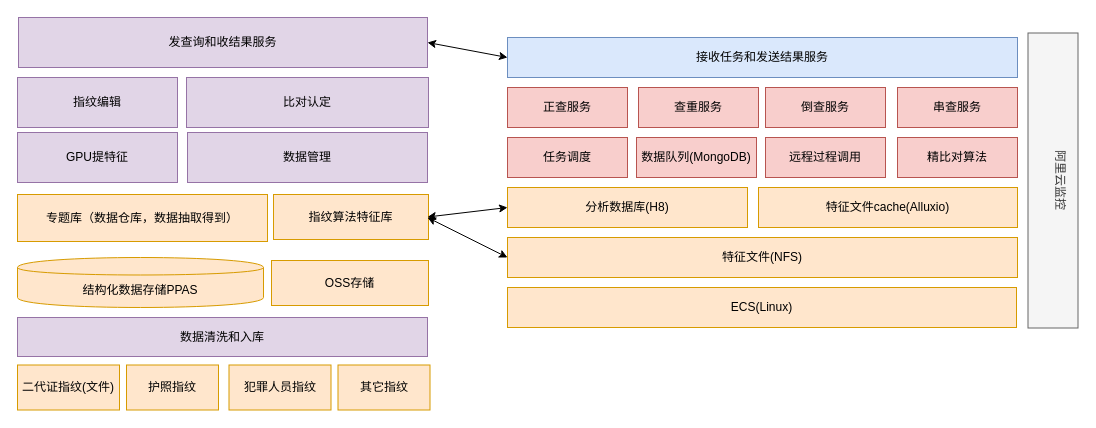
Earlier version of the draw.io diagram Untitled Diagram.drawio (gray2blue/Sudoku). Source tidied: cells renumbered, new cells numbered last; positions are measured from the earlier drawing's top-left corner, leaving out a move shared by most shapes. Both pictures are drawn from the tidied source at 100%, with x=0, y=0 at pixel (17, 17).
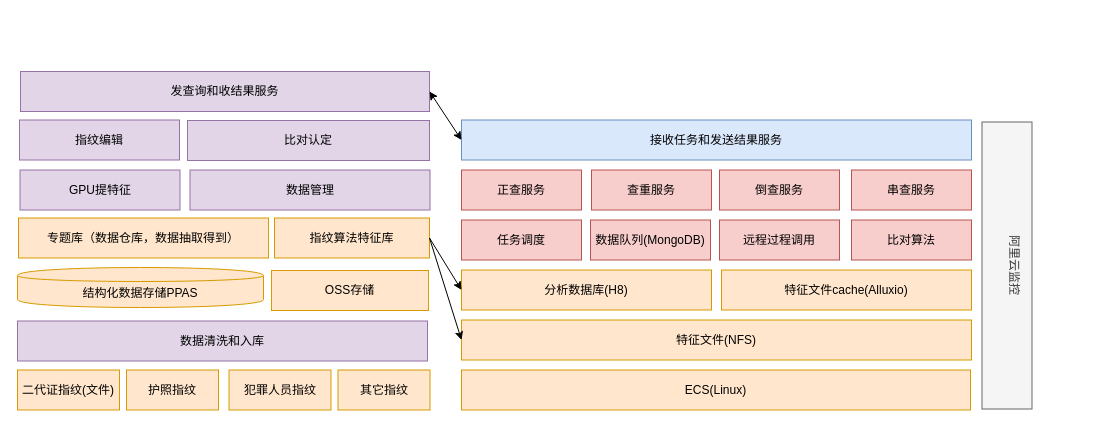
Above is the later version.

The edit, as a diff of the source:
```diff
@@
     <mxCell id="2" value="ECS(Linux)" style="rounded=0;whiteSpace=wrap;html=1;fillColor=#ffe6cc;strokeColor=#d79b00;" parent="1" vertex="1">
-      <mxGeometry x="490" y="270" width="509" height="40" as="geometry" />
+      <mxGeometry x="444" y="352.5" width="509" height="40" as="geometry" />
     </mxCell>
     <mxCell id="3" value="任务调度" style="rounded=0;whiteSpace=wrap;html=1;fillColor=#f8cecc;strokeColor=#b85450;" parent="1" vertex="1">
-      <mxGeometry x="490" y="120" width="120" height="40" as="geometry" />
+      <mxGeometry x="444" y="202.5" width="120" height="40" as="geometry" />
     </mxCell>
     <mxCell id="4" value="特征文件(NFS)" style="rounded=0;whiteSpace=wrap;html=1;fillColor=#ffe6cc;strokeColor=#d79b00;" parent="1" vertex="1">
-      <mxGeometry x="490" y="220" width="510" height="40" as="geometry" />
+      <mxGeometry x="444" y="302.5" width="510" height="40" as="geometry" />
     </mxCell>
     <mxCell id="5" value="数据管理" style="rounded=0;whiteSpace=wrap;html=1;fillColor=#e1d5e7;strokeColor=#9673a6;" parent="1" vertex="1">
-      <mxGeometry x="170" y="115" width="240" height="50" as="geometry" />
+      <mxGeometry x="172.5" y="152.5" width="240" height="40" as="geometry" />
     </mxCell>
     <mxCell id="6" value="接收任务和发送结果服务" style="rounded=0;whiteSpace=wrap;html=1;fillColor=#dae8fc;strokeColor=#6c8ebf;" parent="1" vertex="1">
-      <mxGeometry x="490" y="20" width="510" height="40" as="geometry" />
+      <mxGeometry x="444" y="102.5" width="510" height="40" as="geometry" />
     </mxCell>
     <mxCell id="7" value="阿里云监控&lt;br&gt;&lt;br&gt;" style="rounded=0;whiteSpace=wrap;html=1;rotation=90;fillColor=#f5f5f5;strokeColor=#666666;fontColor=#333333;" parent="1" vertex="1">
-      <mxGeometry x="888" y="138" width="295" height="50" as="geometry" />
+      <mxGeometry x="846" y="223" width="287" height="50" as="geometry" />
     </mxCell>
     <mxCell id="8" value="指纹编辑" style="rounded=0;whiteSpace=wrap;html=1;fillColor=#e1d5e7;strokeColor=#9673a6;" parent="1" vertex="1">
-      <mxGeometry y="60" width="160" height="50" as="geometry" />
+      <mxGeometry x="2" y="102.5" width="160" height="40" as="geometry" />
     </mxCell>
     <mxCell id="9" value="比对认定" style="rounded=0;whiteSpace=wrap;html=1;fillColor=#e1d5e7;strokeColor=#9673a6;" parent="1" vertex="1">
-      <mxGeometry x="169" y="60" width="242" height="50" as="geometry" />
+      <mxGeometry x="170" y="103" width="242" height="40" as="geometry" />
     </mxCell>
     <mxCell id="10" value="GPU提特征" style="rounded=0;whiteSpace=wrap;html=1;fillColor=#e1d5e7;strokeColor=#9673a6;" parent="1" vertex="1">
-      <mxGeometry y="115" width="160" height="50" as="geometry" />
+      <mxGeometry x="2.5" y="152.5" width="160" height="40" as="geometry" />
     </mxCell>
     <mxCell id="11" value="特征文件cache(Alluxio)" style="rounded=0;whiteSpace=wrap;html=1;fillColor=#ffe6cc;strokeColor=#d79b00;" parent="1" vertex="1">
-      <mxGeometry x="741" y="170" width="259" height="40" as="geometry" />
+      <mxGeometry x="704" y="252.5" width="250" height="40" as="geometry" />
     </mxCell>
     <mxCell id="12" value="结构化数据存储PPAS" style="shape=cylinder;whiteSpace=wrap;html=1;boundedLbl=1;backgroundOutline=1;fillColor=#ffe6cc;strokeColor=#d79b00;" parent="1" vertex="1">
-      <mxGeometry y="240" width="246" height="50" as="geometry" />
+      <mxGeometry y="250" width="246" height="40" as="geometry" />
     </mxCell>
     <mxCell id="13" value="OSS存储" style="rounded=0;whiteSpace=wrap;html=1;fillColor=#ffe6cc;strokeColor=#d79b00;" parent="1" vertex="1">
-      <mxGeometry x="254" y="243" width="157" height="45" as="geometry" />
+      <mxGeometry x="254" y="253" width="157" height="40" as="geometry" />
     </mxCell>
     <mxCell id="14" value="分析数据库(H8)" style="rounded=0;whiteSpace=wrap;html=1;fillColor=#ffe6cc;strokeColor=#d79b00;" parent="1" vertex="1">
-      <mxGeometry x="490" y="170" width="240" height="40" as="geometry" />
+      <mxGeometry x="444" y="252.5" width="250" height="40" as="geometry" />
     </mxCell>
     <mxCell id="15" value="专题库（数据仓库，数据抽取得到）" style="rounded=0;whiteSpace=wrap;html=1;fillColor=#ffe6cc;strokeColor=#d79b00;" parent="1" vertex="1">
-      <mxGeometry y="177" width="250" height="47" as="geometry" />
+      <mxGeometry x="1" y="200.5" width="250" height="40" as="geometry" />
     </mxCell>
     <mxCell id="16" value="数据队列(MongoDB)" style="rounded=0;whiteSpace=wrap;html=1;fillColor=#f8cecc;strokeColor=#b85450;" parent="1" vertex="1">
-      <mxGeometry x="619" y="120" width="120" height="40" as="geometry" />
+      <mxGeometry x="573" y="202.5" width="120" height="40" as="geometry" />
     </mxCell>
     <mxCell id="17" value="远程过程调用" style="rounded=0;whiteSpace=wrap;html=1;fillColor=#f8cecc;strokeColor=#b85450;" parent="1" vertex="1">
-      <mxGeometry x="748" y="120" width="120" height="40" as="geometry" />
+      <mxGeometry x="702" y="202.5" width="120" height="40" as="geometry" />
     </mxCell>
-    <mxCell id="18" value="精比对算法" style="rounded=0;whiteSpace=wrap;html=1;fillColor=#f8cecc;strokeColor=#b85450;" parent="1" vertex="1">
-      <mxGeometry x="880" y="120" width="120" height="40" as="geometry" />
+    <mxCell id="18" value="比对算法" style="rounded=0;whiteSpace=wrap;html=1;fillColor=#f8cecc;strokeColor=#b85450;" parent="1" vertex="1">
+      <mxGeometry x="834" y="202.5" width="120" height="40" as="geometry" />
     </mxCell>
     <mxCell id="19" value="正查服务" style="rounded=0;whiteSpace=wrap;html=1;fillColor=#f8cecc;strokeColor=#b85450;" parent="1" vertex="1">
-      <mxGeometry x="490" y="70" width="120" height="40" as="geometry" />
+      <mxGeometry x="444" y="152.5" width="120" height="40" as="geometry" />
     </mxCell>
     <mxCell id="20" value="查重服务" style="rounded=0;whiteSpace=wrap;html=1;fillColor=#f8cecc;strokeColor=#b85450;" parent="1" vertex="1">
-      <mxGeometry x="621" y="70" width="120" height="40" as="geometry" />
+      <mxGeometry x="574" y="152.5" width="120" height="40" as="geometry" />
     </mxCell>
     <mxCell id="21" value="倒查服务" style="rounded=0;whiteSpace=wrap;html=1;fillColor=#f8cecc;strokeColor=#b85450;" parent="1" vertex="1">
-      <mxGeometry x="748" y="70" width="120" height="40" as="geometry" />
+      <mxGeometry x="702" y="152.5" width="120" height="40" as="geometry" />
     </mxCell>
     <mxCell id="22" value="串查服务" style="rounded=0;whiteSpace=wrap;html=1;fillColor=#f8cecc;strokeColor=#b85450;" parent="1" vertex="1">
-      <mxGeometry x="880" y="70" width="120" height="40" as="geometry" />
+      <mxGeometry x="834" y="152.5" width="120" height="40" as="geometry" />
     </mxCell>
     <mxCell id="23" value="发查询和收结果服务" style="rounded=0;whiteSpace=wrap;html=1;fillColor=#e1d5e7;strokeColor=#9673a6;" parent="1" vertex="1">
-      <mxGeometry x="1" width="409" height="50" as="geometry" />
+      <mxGeometry x="3" y="54" width="409" height="40" as="geometry" />
     </mxCell>
@@
     <mxCell id="25" value="二代证指纹(文件)" style="rounded=0;whiteSpace=wrap;html=1;fillColor=#ffe6cc;strokeColor=#d79b00;" parent="1" vertex="1">
-      <mxGeometry y="347.5" width="102" height="45" as="geometry" />
+      <mxGeometry y="352.5" width="102" height="40" as="geometry" />
     </mxCell>
     <mxCell id="26" value="护照指纹" style="rounded=0;whiteSpace=wrap;html=1;fillColor=#ffe6cc;strokeColor=#d79b00;" parent="1" vertex="1">
-      <mxGeometry x="109" y="347.5" width="92" height="45" as="geometry" />
+      <mxGeometry x="109" y="352.5" width="92" height="40" as="geometry" />
     </mxCell>
     <mxCell id="27" value="犯罪人员指纹" style="rounded=0;whiteSpace=wrap;html=1;fillColor=#ffe6cc;strokeColor=#d79b00;" parent="1" vertex="1">
-      <mxGeometry x="211.5" y="347.5" width="102" height="45" as="geometry" />
+      <mxGeometry x="211.5" y="352.5" width="102" height="40" as="geometry" />
     </mxCell>
     <mxCell id="28" value="其它指纹" style="rounded=0;whiteSpace=wrap;html=1;fillColor=#ffe6cc;strokeColor=#d79b00;" parent="1" vertex="1">
-      <mxGeometry x="320.5" y="347.5" width="92" height="45" as="geometry" />
+      <mxGeometry x="320.5" y="352.5" width="92" height="40" as="geometry" />
     </mxCell>
     <mxCell id="29" value="数据清洗和入库" style="rounded=0;whiteSpace=wrap;html=1;fillColor=#e1d5e7;strokeColor=#9673a6;" parent="1" vertex="1">
-      <mxGeometry y="300" width="410" height="39" as="geometry" />
+      <mxGeometry y="303.5" width="410" height="40" as="geometry" />
     </mxCell>
     <mxCell id="30" value="指纹算法特征库" style="rounded=0;whiteSpace=wrap;html=1;fillColor=#ffe6cc;strokeColor=#d79b00;" parent="1" vertex="1">
-      <mxGeometry x="256" y="177" width="155" height="45" as="geometry" />
+      <mxGeometry x="257" y="200.5" width="155" height="40" as="geometry" />
     </mxCell>
-    <mxCell id="31" style="endArrow=classic;startArrow=classic;html=1;entryX=0;entryY=0.5;entryDx=0;entryDy=0;" parent="1" edge="1" target="14">
-      <mxGeometry relative="1" as="geometry">
-        <mxPoint x="410" y="199.5" as="sourcePoint" />
-      </mxGeometry>
-    </mxCell>
-    <mxCell id="32" style="endArrow=classic;startArrow=classic;html=1;entryX=0;entryY=0.5;entryDx=0;entryDy=0;" parent="1" edge="1" target="4">
-      <mxGeometry relative="1" as="geometry">
-        <mxPoint x="410" y="200" as="sourcePoint" />
-      </mxGeometry>
-    </mxCell>
+    <mxCell id="33" style="endArrow=classic;html=1;entryX=0;entryY=0.5;entryDx=0;entryDy=0;exitX=1;exitY=0.5;exitDx=0;exitDy=0;" parent="1" edge="1" source="30" target="14">
+      <mxGeometry relative="1" as="geometry" />
+    </mxCell>
+    <mxCell id="34" style="endArrow=classic;html=1;entryX=0;entryY=0.5;entryDx=0;entryDy=0;exitX=1;exitY=0.5;exitDx=0;exitDy=0;" parent="1" edge="1" source="30" target="4">
+      <mxGeometry relative="1" as="geometry" />
+    </mxCell>
```
